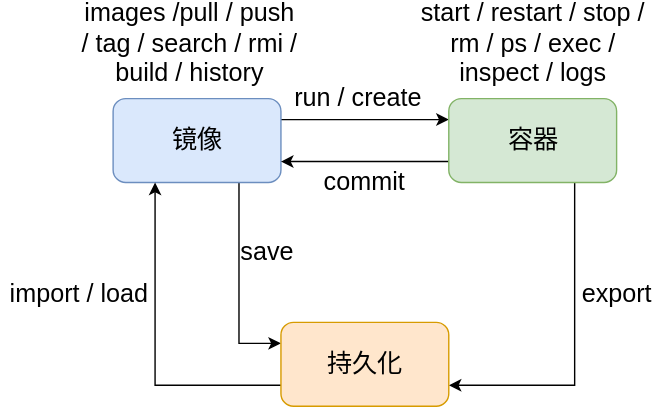
sunn4room/blog keeps this draw.io diagram as posts/运维技术/docker/docker.svg. Above is the earlier version. Source tidied: cells renumbered, new cells last; positions are measured from the earlier drawing's top-left corner, leaving out a move shared by most shapes.
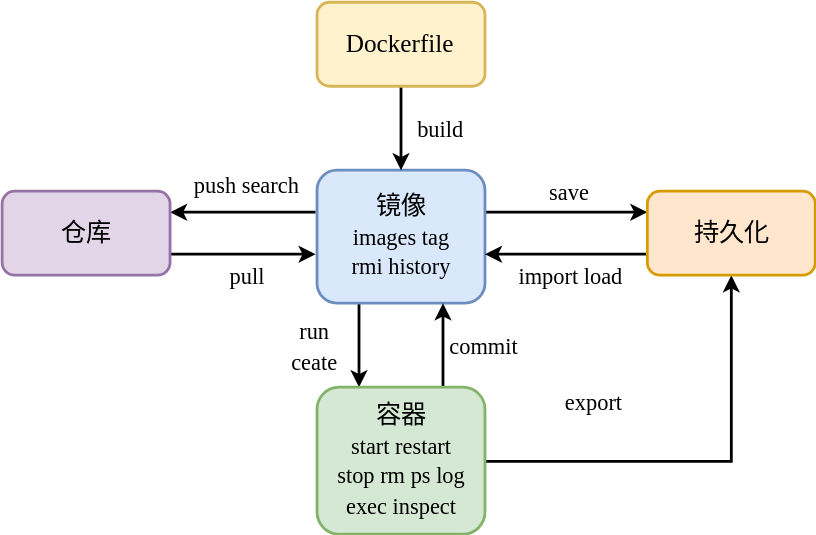
Above is the later version.

The edit, as a diff of the source:
```diff
@@ -2,44 +2,72 @@
   <root>
     <mxCell id="0" />
     <mxCell id="1" parent="0" />
-    <mxCell id="2" value="run / create" style="edgeStyle=orthogonalEdgeStyle;rounded=0;jettySize=auto;html=1;exitX=1;exitY=0.25;exitDx=0;exitDy=0;entryX=0;entryY=0.25;entryDx=0;entryDy=0;fontSize=18;" parent="1" edge="1" source="4" target="7">
-      <mxGeometry x="-0.08" y="15" relative="1" as="geometry" />
-    </mxCell>
-    <mxCell id="3" style="edgeStyle=orthogonalEdgeStyle;rounded=0;jettySize=auto;html=1;exitX=0.75;exitY=1;exitDx=0;exitDy=0;entryX=0;entryY=0.25;entryDx=0;entryDy=0;fontSize=18;" parent="1" edge="1" source="4" target="9">
-      <mxGeometry relative="1" as="geometry" />
-    </mxCell>
-    <mxCell id="4" value="镜像" style="rounded=1;whiteSpace=wrap;html=1;fillColor=#dae8fc;strokeColor=#6c8ebf;fontSize=18;fontStyle=0;" parent="1" vertex="1">
-      <mxGeometry x="80" y="50" width="120" height="60" as="geometry" />
-    </mxCell>
-    <mxCell id="5" style="edgeStyle=orthogonalEdgeStyle;rounded=0;jettySize=auto;html=1;exitX=0.75;exitY=1;exitDx=0;exitDy=0;entryX=1;entryY=0.75;entryDx=0;entryDy=0;fontSize=18;" parent="1" edge="1" source="7" target="9">
-      <mxGeometry relative="1" as="geometry" />
-    </mxCell>
-    <mxCell id="6" value="commit" style="edgeStyle=orthogonalEdgeStyle;rounded=0;jettySize=auto;html=1;exitX=0;exitY=0.75;exitDx=0;exitDy=0;entryX=1;entryY=0.75;entryDx=0;entryDy=0;fontSize=18;" parent="1" edge="1" source="7" target="4">
-      <mxGeometry y="15" relative="1" as="geometry" />
-    </mxCell>
-    <mxCell id="7" value="容器" style="rounded=1;whiteSpace=wrap;html=1;fillColor=#d5e8d4;strokeColor=#82b366;fontSize=18;fontStyle=0;" parent="1" vertex="1">
-      <mxGeometry x="320" y="50" width="120" height="60" as="geometry" />
-    </mxCell>
-    <mxCell id="8" style="edgeStyle=orthogonalEdgeStyle;rounded=0;jettySize=auto;html=1;exitX=0;exitY=0.75;exitDx=0;exitDy=0;entryX=0.25;entryY=1;entryDx=0;entryDy=0;fontSize=18;" parent="1" edge="1" source="9" target="4">
-      <mxGeometry relative="1" as="geometry" />
-    </mxCell>
-    <mxCell id="9" value="持久化" style="rounded=1;whiteSpace=wrap;html=1;fillColor=#ffe6cc;strokeColor=#d79b00;fontSize=18;fontStyle=0;" parent="1" vertex="1">
-      <mxGeometry x="200" y="210" width="120" height="60" as="geometry" />
-    </mxCell>
-    <mxCell id="10" value="start / restart / stop / rm / ps / exec / inspect / logs" style="text;html=1;strokeColor=none;fillColor=none;align=center;verticalAlign=middle;whiteSpace=wrap;rounded=0;fontSize=18;" parent="1" vertex="1">
-      <mxGeometry x="292.5" width="175" height="20" as="geometry" />
-    </mxCell>
-    <mxCell id="11" value="export" style="text;html=1;strokeColor=none;fillColor=none;align=center;verticalAlign=middle;whiteSpace=wrap;rounded=0;fontSize=18;" parent="1" vertex="1">
-      <mxGeometry x="420" y="180" width="40" height="20" as="geometry" />
-    </mxCell>
-    <mxCell id="12" value="import / load" style="text;html=1;strokeColor=none;fillColor=none;align=center;verticalAlign=middle;whiteSpace=wrap;rounded=0;fontSize=18;" parent="1" vertex="1">
-      <mxGeometry y="180" width="110" height="20" as="geometry" />
-    </mxCell>
-    <mxCell id="13" value="save" style="text;html=1;strokeColor=none;fillColor=none;align=center;verticalAlign=middle;whiteSpace=wrap;rounded=0;fontSize=18;" parent="1" vertex="1">
-      <mxGeometry x="170" y="150" width="40" height="20" as="geometry" />
+    <mxCell id="13" value="&lt;font style=&quot;font-size: 16px&quot;&gt;run&lt;br&gt;ceate&lt;br&gt;&lt;/font&gt;" style="edgeStyle=orthogonalEdgeStyle;rounded=0;jettySize=auto;html=1;exitX=0.25;exitY=1;exitDx=0;exitDy=0;entryX=0.25;entryY=0;entryDx=0;entryDy=0;fontSize=18;fontFamily=Tahoma;strokeWidth=2;" parent="1" edge="1" source="6" target="18">
+      <mxGeometry y="-29" relative="1" as="geometry" />
     </mxCell>
-    <mxCell id="14" value="images /pull / push / tag / search / rmi / build / history" style="text;html=1;strokeColor=none;fillColor=none;align=center;verticalAlign=middle;whiteSpace=wrap;rounded=0;fontSize=18;" parent="1" vertex="1">
-      <mxGeometry x="55" width="160" height="20" as="geometry" />
+    <mxCell id="14" style="edgeStyle=orthogonalEdgeStyle;rounded=0;jettySize=auto;html=1;entryX=0;entryY=0.25;entryDx=0;entryDy=0;fontSize=18;fontFamily=Tahoma;strokeWidth=2;" parent="1" edge="1" target="9">
+      <mxGeometry relative="1" as="geometry">
+        <mxPoint x="295" y="160" as="sourcePoint" />
+      </mxGeometry>
     </mxCell>
+    <mxCell id="15" style="edgeStyle=orthogonalEdgeStyle;rounded=0;jettySize=auto;html=1;entryX=1;entryY=0.25;entryDx=0;entryDy=0;strokeWidth=2;" parent="1" edge="1" target="23">
+      <mxGeometry relative="1" as="geometry">
+        <mxPoint x="174" y="160" as="sourcePoint" />
+      </mxGeometry>
+    </mxCell>
+    <mxCell id="6" value="镜像&lt;br&gt;&lt;font style=&quot;font-size: 16px&quot;&gt;images tag&lt;br&gt;rmi history&lt;br&gt;&lt;/font&gt;" style="rounded=1;whiteSpace=wrap;html=1;fillColor=#dae8fc;strokeColor=#6c8ebf;fontSize=18;fontStyle=0;fontFamily=Tahoma;strokeWidth=2;" parent="1" vertex="1">
+      <mxGeometry x="175" y="130" width="120" height="95" as="geometry" />
+    </mxCell>
+    <mxCell id="16" style="edgeStyle=orthogonalEdgeStyle;rounded=0;jettySize=auto;html=1;exitX=1;exitY=0.5;exitDx=0;exitDy=0;entryX=0.5;entryY=1;entryDx=0;entryDy=0;fontSize=18;fontFamily=Tahoma;strokeWidth=2;" parent="1" edge="1" source="18" target="9">
+      <mxGeometry relative="1" as="geometry" />
+    </mxCell>
+    <mxCell id="17" value="commit" style="edgeStyle=orthogonalEdgeStyle;rounded=0;jettySize=auto;html=1;entryX=0.75;entryY=1;entryDx=0;entryDy=0;fontSize=16;fontFamily=Tahoma;strokeWidth=2;exitX=0.75;exitY=0;exitDx=0;exitDy=0;" parent="1" edge="1" source="18" target="6">
+      <mxGeometry y="-31" relative="1" as="geometry" />
+    </mxCell>
+    <mxCell id="18" value="容器&lt;br&gt;&lt;font style=&quot;font-size: 16px&quot;&gt;start restart&lt;br&gt;stop rm ps log&lt;br&gt;exec inspect&lt;br&gt;&lt;/font&gt;" style="rounded=1;whiteSpace=wrap;html=1;fillColor=#d5e8d4;strokeColor=#82b366;fontSize=18;fontStyle=0;fontFamily=Tahoma;strokeWidth=2;" parent="1" vertex="1">
+      <mxGeometry x="175" y="285" width="120" height="105" as="geometry" />
+    </mxCell>
+    <mxCell id="19" style="edgeStyle=orthogonalEdgeStyle;rounded=0;jettySize=auto;html=1;exitX=0;exitY=0.75;exitDx=0;exitDy=0;fontSize=18;fontFamily=Tahoma;strokeWidth=2;" parent="1" edge="1" source="9">
+      <mxGeometry relative="1" as="geometry">
+        <mxPoint x="295" y="190" as="targetPoint" />
+        <Array as="points">
+          <mxPoint x="310" y="190" />
+          <mxPoint x="310" y="190" />
+        </Array>
+      </mxGeometry>
+    </mxCell>
+    <mxCell id="9" value="持久化" style="rounded=1;whiteSpace=wrap;html=1;fillColor=#ffe6cc;strokeColor=#d79b00;fontSize=18;fontStyle=0;fontFamily=Tahoma;strokeWidth=2;" parent="1" vertex="1">
+      <mxGeometry x="411" y="145" width="120" height="60" as="geometry" />
+    </mxCell>
+    <mxCell id="11" value="export" style="text;html=1;strokeColor=none;fillColor=none;align=center;verticalAlign=middle;whiteSpace=wrap;rounded=0;fontSize=16;fontFamily=Tahoma;strokeWidth=2;" parent="1" vertex="1">
+      <mxGeometry x="352" y="285" width="40" height="20" as="geometry" />
+    </mxCell>
+    <mxCell id="20" value="import load" style="text;html=1;strokeColor=none;fillColor=none;align=center;verticalAlign=middle;whiteSpace=wrap;rounded=0;fontSize=16;fontFamily=Tahoma;strokeWidth=2;" parent="1" vertex="1">
+      <mxGeometry x="301" y="195" width="110" height="20" as="geometry" />
+    </mxCell>
+    <mxCell id="21" value="save" style="text;html=1;strokeColor=none;fillColor=none;align=center;verticalAlign=middle;whiteSpace=wrap;rounded=0;fontSize=16;fontFamily=Tahoma;strokeWidth=2;" parent="1" vertex="1">
+      <mxGeometry x="335" y="135" width="40" height="20" as="geometry" />
+    </mxCell>
+    <mxCell id="22" style="edgeStyle=orthogonalEdgeStyle;rounded=0;jettySize=auto;html=1;exitX=1;exitY=0.75;exitDx=0;exitDy=0;entryX=-0.012;entryY=0.636;entryDx=0;entryDy=0;strokeWidth=2;entryPerimeter=0;" parent="1" edge="1" source="23" target="6">
+      <mxGeometry relative="1" as="geometry" />
+    </mxCell>
+    <mxCell id="23" value="仓库" style="rounded=1;whiteSpace=wrap;html=1;fillColor=#e1d5e7;strokeColor=#9673a6;fontSize=18;fontStyle=0;fontFamily=Tahoma;strokeWidth=2;" parent="1" vertex="1">
+      <mxGeometry x="-50" y="145" width="120" height="60" as="geometry" />
+    </mxCell>
+    <mxCell id="24" style="edgeStyle=orthogonalEdgeStyle;rounded=0;jettySize=auto;html=1;exitX=0.5;exitY=1;exitDx=0;exitDy=0;entryX=0.5;entryY=0;entryDx=0;entryDy=0;strokeWidth=2;" parent="1" edge="1" source="25" target="6">
+      <mxGeometry relative="1" as="geometry" />
+    </mxCell>
+    <mxCell id="25" value="Dockerfile" style="rounded=1;whiteSpace=wrap;html=1;fillColor=#fff2cc;strokeColor=#d6b656;fontSize=18;fontStyle=0;fontFamily=Tahoma;strokeWidth=2;" parent="1" vertex="1">
+      <mxGeometry x="175" y="10" width="120" height="60" as="geometry" />
+    </mxCell>
+    <mxCell id="26" value="push search" style="text;html=1;strokeColor=none;fillColor=none;align=center;verticalAlign=middle;whiteSpace=wrap;rounded=0;fontSize=16;fontFamily=Tahoma;strokeWidth=2;" parent="1" vertex="1">
+      <mxGeometry x="74" y="130" width="101" height="20" as="geometry" />
+    </mxCell>
+    <mxCell id="27" value="pull" style="text;html=1;strokeColor=none;fillColor=none;align=center;verticalAlign=middle;whiteSpace=wrap;rounded=0;fontSize=16;fontFamily=Tahoma;strokeWidth=2;" parent="1" vertex="1">
+      <mxGeometry x="104.5" y="195" width="40" height="20" as="geometry" />
+    </mxCell>
+    <mxCell id="28" value="build" style="text;html=1;strokeColor=none;fillColor=none;align=center;verticalAlign=middle;whiteSpace=wrap;rounded=0;fontSize=16;fontFamily=Tahoma;strokeWidth=2;" parent="1" vertex="1">
+      <mxGeometry x="243" y="90" width="40" height="20" as="geometry" />
+    </mxCell>
   </root>
 </mxGraphModel>
```
